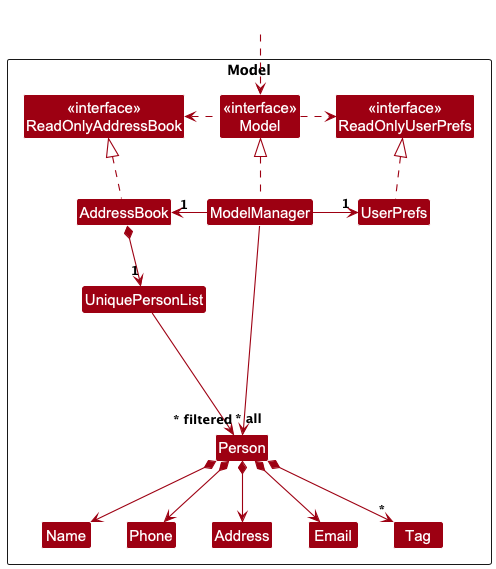
leedeen01/tp keeps this PlantUML diagram as docs/images/diagrams/ModelClassDiagram.png. Above is the earlier version.
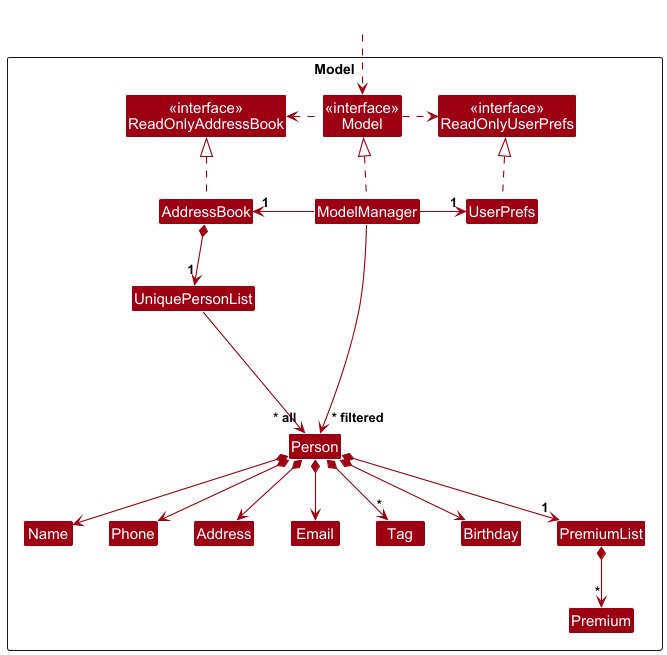
The same file after the commit.

Commit message:
Update Model Class UML Diagram

Change to the diagram source:
```diff
@@ -19,6 +19,9 @@
 Class Name
 Class Phone
 Class Tag
+Class Birthday
+Class PremiumList
+Class Premium
 
 Class I #FFFFFF
 }
@@ -42,6 +45,9 @@
 Person *--> Email
 Person *--> Address
 Person *--> "*" Tag
+Person *--> Birthday
+Person *--> "1" PremiumList
+PremiumList *--> "*" Premium
 
 Person -[hidden]up--> I
 UniquePersonList -[hidden]right-> I
```
